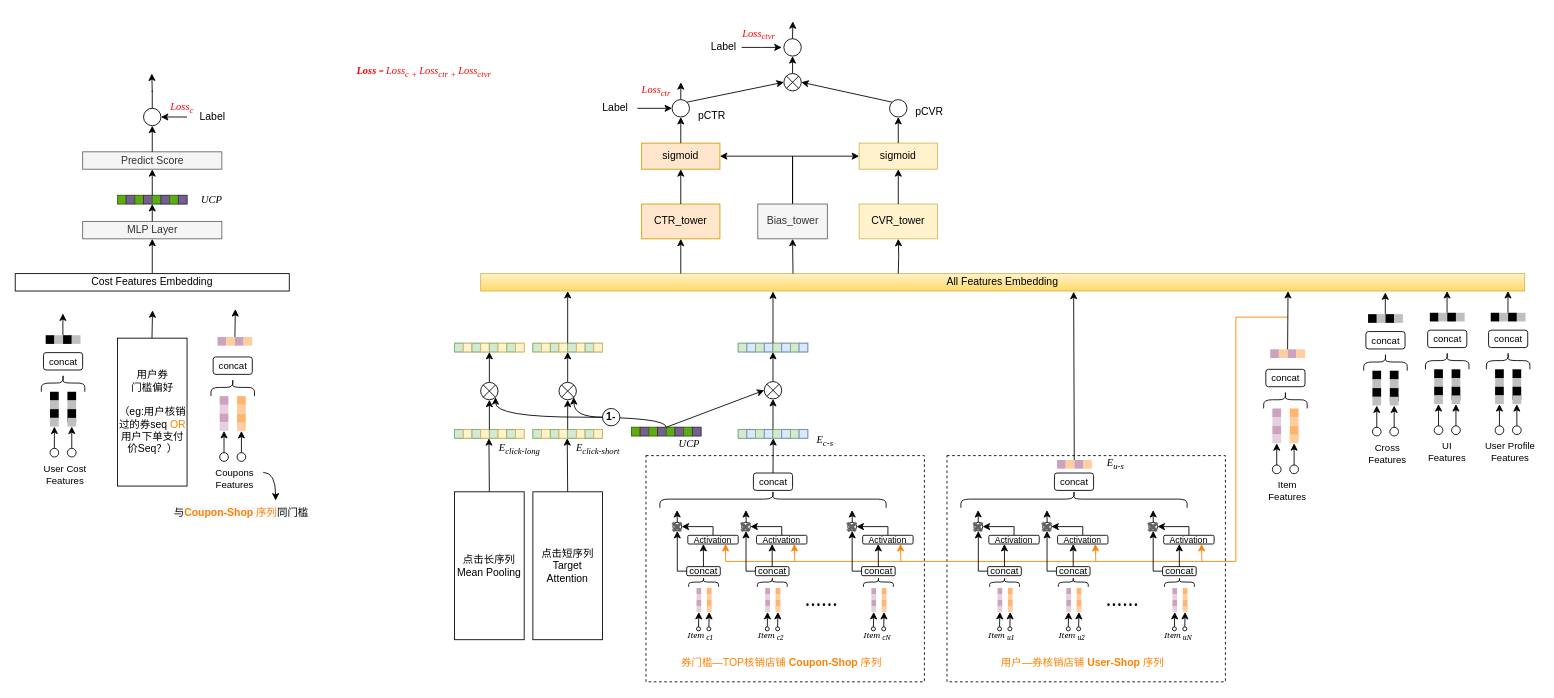
Before: TIR_HG.drawio in cosinalee/HeteroGraph, a draw.io diagram. Source tidied: cells renumbered, new cells numbered last; positions are measured from the earlier drawing's top-left corner, leaving out a move shared by most shapes. Both pictures are drawn from the tidied source at 87%, with x=0, y=0 at pixel (15, 21).
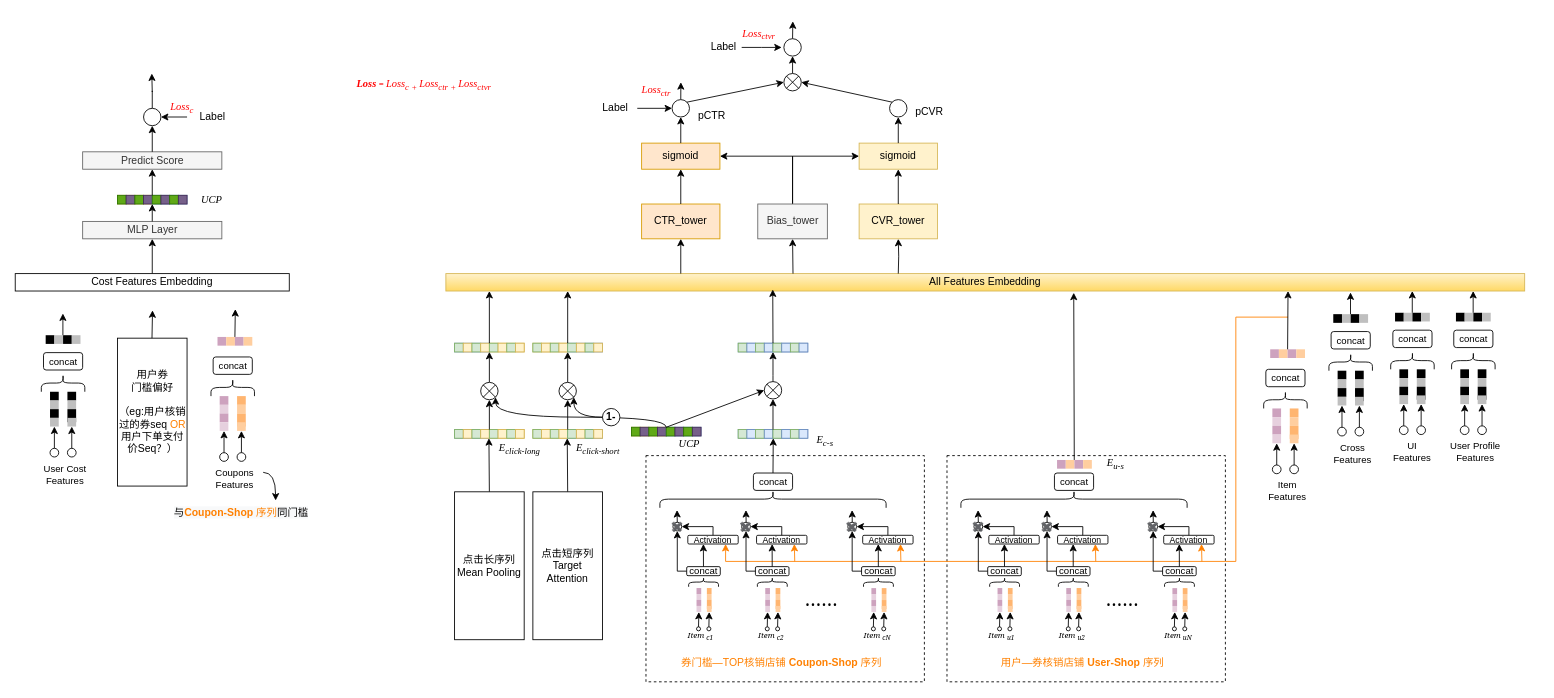
After the change.

The change refers to these unchanged cells:
```xml
<mxCell id="68" style="group;" parent="1" vertex="1">
  <mxGeometry x="1197.5" y="479.2" width="193.5" height="280" as="geometry" />
</mxCell>
<mxCell id="478" style="rounded=0;whiteSpace=wrap;html=1;fontSize=22;strokeColor=#82b366;fillColor=#d5e8d4;fontStyle=1;" parent="477" vertex="1">
  <mxGeometry width="10" height="10" as="geometry" />
</mxCell>
```

What changed in the source:
```diff
@@
     <mxCell id="18" value="All Features Embedding" style="rounded=0;whiteSpace=wrap;html=1;fillColor=#fff2cc;strokeColor=#d6b656;gradientColor=#ffd966;" parent="1" vertex="1">
-      <mxGeometry x="535" y="290" width="1200" height="20" as="geometry" />
+      <mxGeometry x="495" y="290" width="1240" height="20" as="geometry" />
     </mxCell>
     <mxCell id="19" style="group;" parent="1" vertex="1">
-      <mxGeometry x="1616" y="310" width="135" height="200" as="geometry" />
+      <mxGeometry x="1576" y="310" width="135" height="200" as="geometry" />
     </mxCell>
@@
-    <mxCell id="75" style="endArrow=classic;html=1;rounded=0;fontSize=11;exitX=0.5;exitY=0;exitDx=0;exitDy=0;entryX=0.568;entryY=1.041;entryDx=0;entryDy=0;entryPerimeter=0;" parent="68" edge="1" target="18">
+    <mxCell id="75" style="endArrow=classic;html=1;rounded=0;fontSize=11;exitX=0.5;exitY=0;exitDx=0;exitDy=0;entryX=0.582;entryY=1.1;entryDx=0;entryDy=0;entryPerimeter=0;" parent="68" edge="1" target="18">
       <mxGeometry relative="1" as="geometry">
         <mxPoint x="19.8" y="25" as="sourcePoint" />
       </mxGeometry>
     </mxCell>
@@
     <mxCell id="80" style="group;" parent="1" vertex="1">
-      <mxGeometry x="1545" y="311.6" width="65" height="200" as="geometry" />
+      <mxGeometry x="1505" y="311.6" width="65" height="200" as="geometry" />
     </mxCell>
@@
     <mxCell id="413" value="&lt;font face=&quot;Times New Roman&quot;&gt;&lt;i&gt;&lt;b&gt;Loss&amp;nbsp;&lt;span style=&quot;font-size: 10px;&quot;&gt;= &lt;/span&gt;&lt;/b&gt;&lt;/i&gt;&lt;/font&gt;&lt;i style=&quot;font-family: &amp;quot;Times New Roman&amp;quot;;&quot;&gt;Loss&lt;sub&gt;c +&amp;nbsp;&lt;/sub&gt;&lt;/i&gt;&lt;i style=&quot;font-family: &amp;quot;Times New Roman&amp;quot;;&quot;&gt;Loss&lt;sub&gt;ctr +&amp;nbsp;&lt;/sub&gt;&lt;/i&gt;&lt;i style=&quot;font-family: &amp;quot;Times New Roman&amp;quot;;&quot;&gt;Loss&lt;sub&gt;ctvr&lt;/sub&gt;&lt;/i&gt;&lt;font face=&quot;Times New Roman&quot;&gt;&lt;i&gt;&lt;b&gt;&lt;span style=&quot;font-size: 10px;&quot;&gt;&lt;br&gt;&lt;/span&gt;&lt;/b&gt;&lt;/i&gt;&lt;/font&gt;" style="text;html=1;strokeColor=none;fillColor=none;align=center;verticalAlign=middle;whiteSpace=wrap;rounded=0;fontColor=#FF0000;" parent="1" vertex="1">
-      <mxGeometry x="355" y="35" width="230" height="45" as="geometry" />
+      <mxGeometry x="355" y="35" width="230" height="75" as="geometry" />
     </mxCell>
@@
-    <mxCell id="484" style="rounded=0;jettySize=auto;html=1;exitX=0;exitY=0;exitDx=0;exitDy=0;entryX=0.28;entryY=1.024;entryDx=0;entryDy=0;entryPerimeter=0;fontFamily=Times New Roman;fontColor=#000000;" parent="1" edge="1" source="478" target="18">
+    <mxCell id="484" style="rounded=0;jettySize=auto;html=1;exitX=0;exitY=0;exitDx=0;exitDy=0;entryX=0.303;entryY=0.912;entryDx=0;entryDy=0;entryPerimeter=0;fontFamily=Times New Roman;fontColor=#000000;" parent="1" edge="1" source="478" target="18">
       <mxGeometry relative="1" as="geometry" />
     </mxCell>
@@
+    <mxCell id="486" style="rounded=0;orthogonalLoop=1;jettySize=auto;html=1;entryX=0.28;entryY=1.059;entryDx=0;entryDy=0;entryPerimeter=0;fontFamily=Times New Roman;fontColor=#000000;" parent="1" edge="1">
+      <mxGeometry relative="1" as="geometry">
+        <mxPoint x="545" y="370" as="sourcePoint" />
+        <mxPoint x="545" y="310" as="targetPoint" />
+      </mxGeometry>
+    </mxCell>
```
